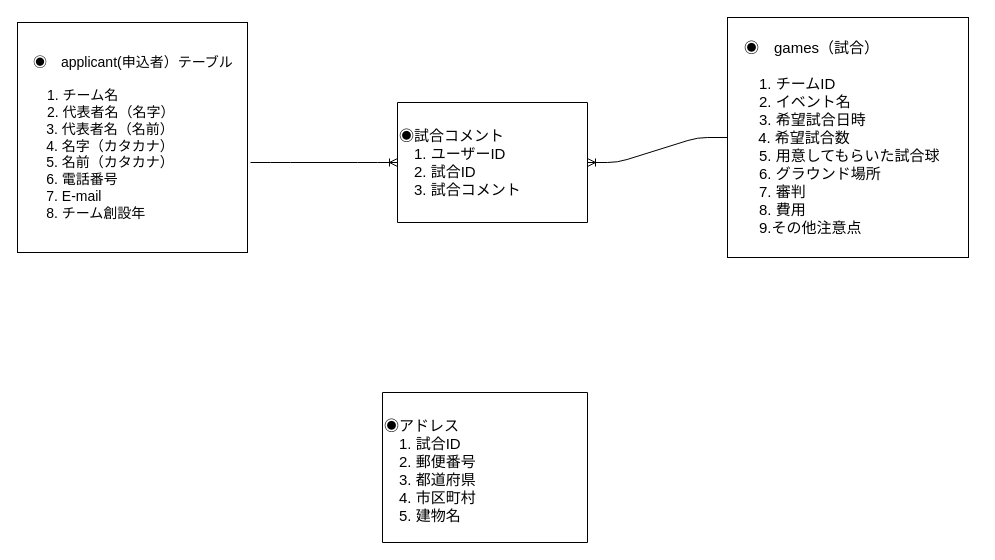
Before: er.dio in ta1ka2shi3/redchaps, a draw.io diagram. Source tidied: cells renumbered, new cells numbered last; positions are measured from the earlier drawing's top-left corner, leaving out a move shared by most shapes. Both pictures are drawn from the tidied source at 100%, with x=0, y=0 at pixel (17, 17).
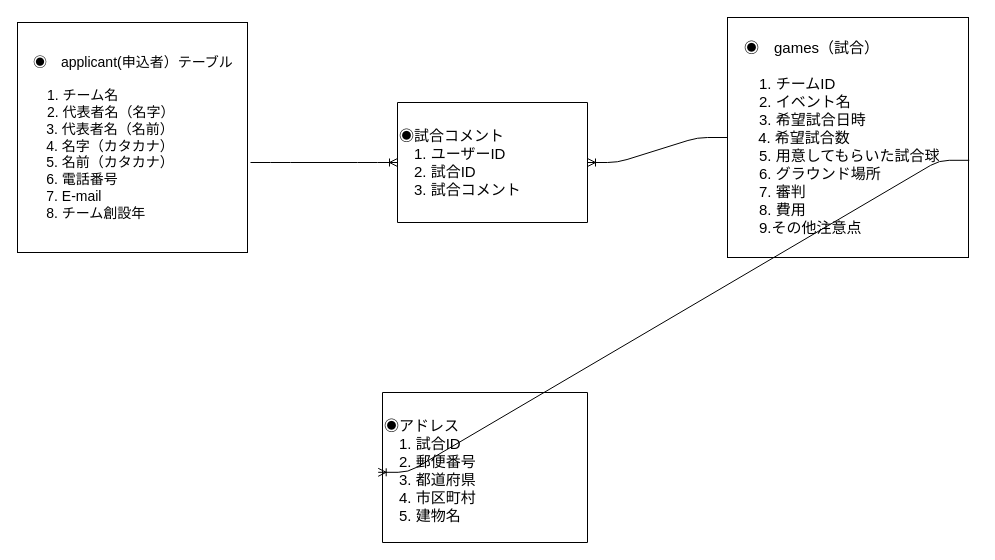
The same page after the edit.

The edit, as a diff of the source:
```diff
@@
 <mxGraphModel>
   <root>
     <mxCell id="0" />
     <mxCell id="1" parent="0" />
     <mxCell id="2" style="edgeStyle=entityRelationEdgeStyle;fontSize=12;html=1;endArrow=ERoneToMany;" parent="1" edge="1" source="4" target="5">
       <mxGeometry relative="1" as="geometry" />
     </mxCell>
     <mxCell id="3" value="　◉　applicant(申込者）テーブル&lt;br style=&quot;font-size: 14px;&quot;&gt;　　&lt;br style=&quot;font-size: 14px;&quot;&gt;　　1. チーム名&lt;br style=&quot;font-size: 14px;&quot;&gt;　　2. 代表者名（名字）&lt;br style=&quot;font-size: 14px;&quot;&gt;&amp;nbsp; &amp;nbsp; &amp;nbsp; &amp;nbsp;3. 代表者名（名前）&lt;br style=&quot;font-size: 14px;&quot;&gt;&amp;nbsp; &amp;nbsp; &amp;nbsp; &amp;nbsp;4. 名字（カタカナ）&lt;br style=&quot;font-size: 14px;&quot;&gt;&amp;nbsp; &amp;nbsp; &amp;nbsp; &amp;nbsp;5. 名前（カタカナ）&lt;br style=&quot;font-size: 14px;&quot;&gt;&amp;nbsp; &amp;nbsp; &amp;nbsp; &amp;nbsp;6. 電話番号&lt;br style=&quot;font-size: 14px;&quot;&gt;&amp;nbsp; &amp;nbsp; &amp;nbsp; &amp;nbsp;7. E-mail&lt;br style=&quot;font-size: 14px;&quot;&gt;&amp;nbsp; &amp;nbsp; &amp;nbsp; &amp;nbsp;8. チーム創設年" style="whiteSpace=wrap;html=1;align=left;labelPosition=center;verticalLabelPosition=middle;verticalAlign=middle;fontSize=14;" parent="1" vertex="1">
       <mxGeometry y="5" width="230" height="230" as="geometry" />
     </mxCell>
     <mxCell id="4" value="　◉　games（試合）&lt;br&gt;　　&lt;br&gt;　　1. チームID&lt;br&gt;　　2. イベント名&lt;br&gt;　　3. 希望試合日時&lt;br&gt;&amp;nbsp; &amp;nbsp; &amp;nbsp; &amp;nbsp;4. 希望試合数&lt;br&gt;　　5. 用意してもらいた試合球&lt;br&gt;　　6. グラウンド場所&lt;br&gt;　　7. 審判&lt;br&gt;　　8. 費用&lt;br&gt;　　9.その他注意点" style="whiteSpace=wrap;html=1;fontSize=15;align=left;" parent="1" vertex="1">
       <mxGeometry x="710" width="241" height="240" as="geometry" />
     </mxCell>
     <mxCell id="5" value="　&lt;br&gt;◉試合コメント&lt;br&gt;　1. ユーザーID&lt;br&gt;　2. 試合ID&lt;br&gt;　3. 試合コメント" style="verticalLabelPosition=middle;verticalAlign=top;html=1;shape=mxgraph.basic.rect;fillColor2=none;strokeWidth=1;size=20;indent=5;shadow=0;fontSize=15;align=left;labelPosition=center;" parent="1" vertex="1">
       <mxGeometry x="380" y="85" width="190" height="120" as="geometry" />
     </mxCell>
     <mxCell id="6" style="edgeStyle=entityRelationEdgeStyle;fontSize=12;html=1;endArrow=ERoneToMany;" parent="1" edge="1">
       <mxGeometry relative="1" as="geometry">
         <mxPoint x="233" y="145" as="sourcePoint" />
         <mxPoint x="380" y="145" as="targetPoint" />
       </mxGeometry>
     </mxCell>
     <mxCell id="7" value="&lt;br&gt;◉アドレス&lt;br&gt;　1. 試合ID&lt;br&gt;　2. 郵便番号&lt;br&gt;　3. 都道府県&lt;br&gt;　4. 市区町村&lt;br&gt;　5. 建物名" style="verticalLabelPosition=middle;verticalAlign=top;html=1;shape=mxgraph.basic.rect;fillColor2=none;strokeWidth=1;size=20;indent=5;shadow=0;fontSize=15;align=left;labelPosition=center;" parent="1" vertex="1">
       <mxGeometry x="365" y="375" width="205" height="150" as="geometry" />
     </mxCell>
+    <mxCell id="8" style="edgeStyle=entityRelationEdgeStyle;fontSize=12;html=1;endArrow=ERoneToMany;entryX=-0.021;entryY=0.532;entryDx=0;entryDy=0;entryPerimeter=0;exitX=1.003;exitY=0.595;exitDx=0;exitDy=0;exitPerimeter=0;" parent="1" edge="1" source="4" target="7">
+      <mxGeometry relative="1" as="geometry" />
+    </mxCell>
   </root>
 </mxGraphModel>
```
